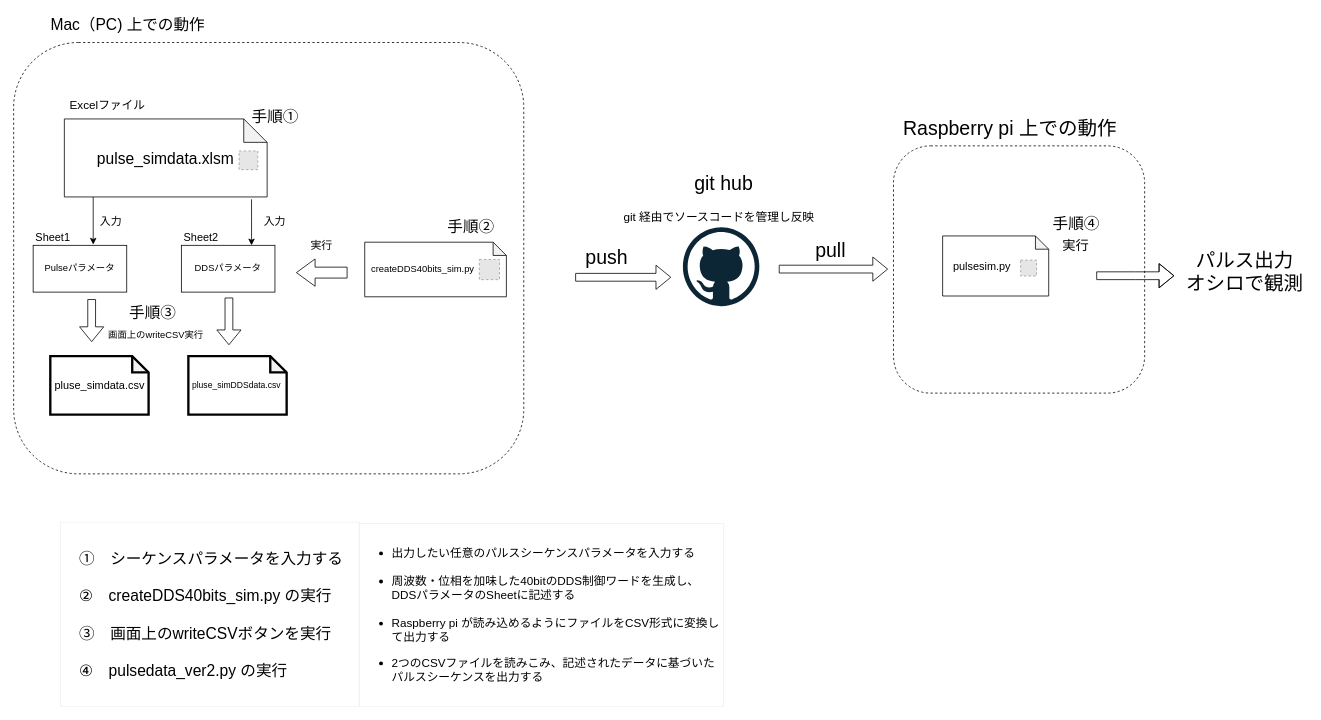
Above: Pulsesimulator/usual/相関図_sim.dio in parupappa/Pine64-python--pulse (draw.io), before the change. Source tidied: cells renumbered, new cells numbered last; positions are measured from the earlier drawing's top-left corner, leaving out a move shared by most shapes. Both pictures are drawn from the tidied source at 78%, with x=0, y=0 at pixel (13, 13). Pictures stored in the file or linked from it are replaced by grey dashed boxes.
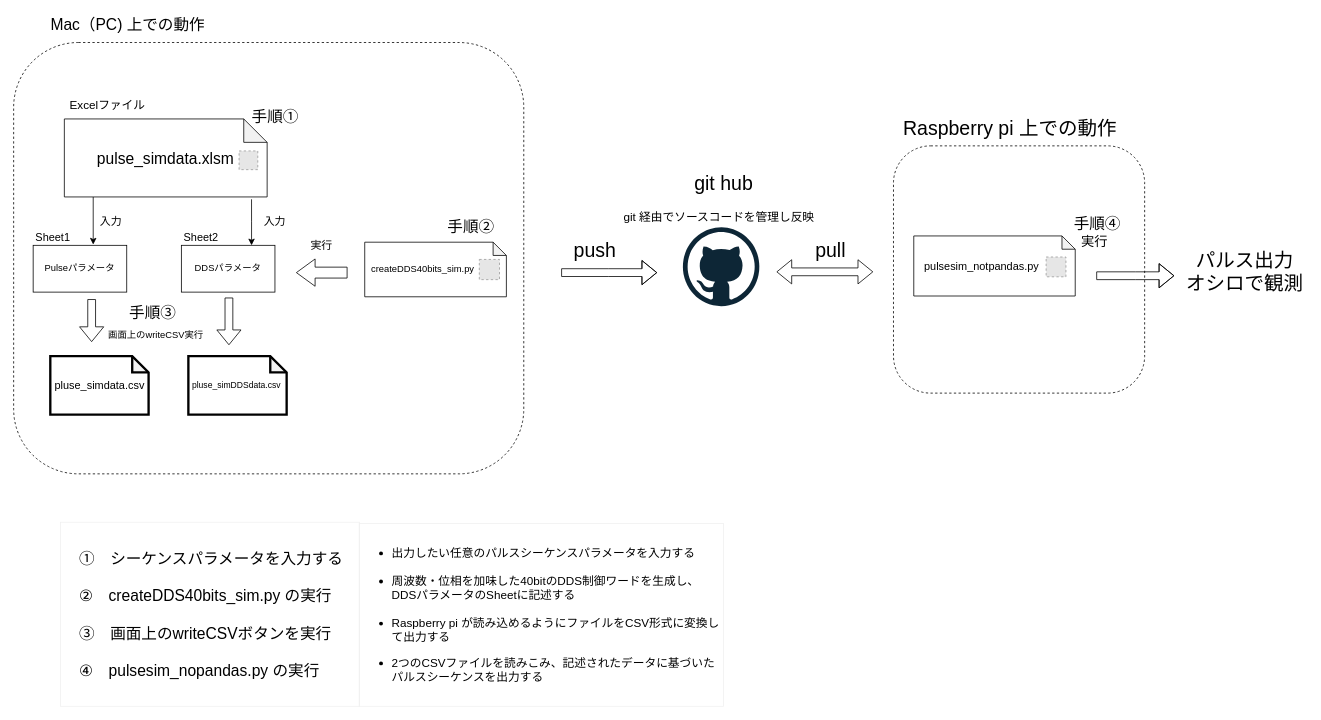
Above is the later version.

Unchanged cells that the change refers to:
```xml
<mxCell id="5" style="group;" parent="1" vertex="1">
  <mxGeometry x="60" y="652" width="850" height="236" as="geometry" />
</mxCell>
<mxCell id="48" style="group;" parent="1" vertex="1">
  <mxGeometry x="1167" y="254" width="249" height="108" as="geometry" />
</mxCell>
```

What changed in the source:
```diff
@@
-    <mxCell id="3" style="shape=flexArrow;endArrow=classic;html=1;fontSize=12;" parent="1" edge="1">
-      <mxGeometry relative="1" as="geometry">
-        <mxPoint x="981" y="327.5" as="sourcePoint" />
-        <mxPoint x="1121" y="327.5" as="targetPoint" />
-      </mxGeometry>
-    </mxCell>
@@
-    <mxCell id="6" value="&lt;font style=&quot;font-size: 20px&quot;&gt;&amp;nbsp; &amp;nbsp; ①　シーケンスパラメータを入力する&lt;br&gt;&lt;br&gt;&amp;nbsp; &amp;nbsp; ②　createDDS40bits_sim.py の実行&lt;br&gt;&lt;br&gt;&amp;nbsp; &amp;nbsp; ③　画面上のwriteCSVボタンを実行&lt;br&gt;&lt;br&gt;&amp;nbsp; &amp;nbsp; ④　pulsedata_ver2.py の実行&lt;/font&gt;" style="text;html=1;fillColor=none;align=left;verticalAlign=middle;whiteSpace=wrap;rounded=0;fontSize=14;strokeColor=#f0f0f0;" parent="5" vertex="1">
+    <mxCell id="6" value="&lt;font style=&quot;font-size: 20px&quot;&gt;&amp;nbsp; &amp;nbsp; ①　シーケンスパラメータを入力する&lt;br&gt;&lt;br&gt;&amp;nbsp; &amp;nbsp; ②　createDDS40bits_sim.py の実行&lt;br&gt;&lt;br&gt;&amp;nbsp; &amp;nbsp; ③　画面上のwriteCSVボタンを実行&lt;br&gt;&lt;br&gt;&amp;nbsp; &amp;nbsp; ④　pulsesim_nopandas.py の実行&lt;/font&gt;" style="text;html=1;fillColor=none;align=left;verticalAlign=middle;whiteSpace=wrap;rounded=0;fontSize=14;strokeColor=#f0f0f0;" parent="5" vertex="1">
       <mxGeometry width="383.5" height="236" as="geometry" />
     </mxCell>
@@
     <mxCell id="43" style="shape=flexArrow;endArrow=classic;html=1;fontSize=12;" parent="1" edge="1">
       <mxGeometry relative="1" as="geometry">
-        <mxPoint x="720" y="338" as="sourcePoint" />
-        <mxPoint x="843" y="338" as="targetPoint" />
+        <mxPoint x="702" y="332" as="sourcePoint" />
+        <mxPoint x="825" y="332" as="targetPoint" />
+        <Array as="points">
+          <mxPoint x="763" y="332" />
+        </Array>
       </mxGeometry>
     </mxCell>
@@
     <mxCell id="46" value="push" style="text;html=1;align=center;verticalAlign=middle;fontSize=25;" parent="1" vertex="1">
-      <mxGeometry x="728" y="295" width="64" height="34" as="geometry" />
+      <mxGeometry x="713" y="285.5" width="64" height="34" as="geometry" />
     </mxCell>
@@
     <mxCell id="49" style="group;" parent="48" vertex="1">
-      <mxGeometry y="38" width="160" height="70" as="geometry" />
+      <mxGeometry x="-13" y="38" width="207" height="70" as="geometry" />
     </mxCell>
     <mxCell id="50" style="group;" parent="49" vertex="1">
-      <mxGeometry y="-20" width="160" height="90" as="geometry" />
+      <mxGeometry y="-20" width="207" height="90" as="geometry" />
     </mxCell>
-    <mxCell id="51" value="&lt;div&gt;&lt;span&gt;&lt;font style=&quot;font-size: 14px&quot;&gt;&amp;nbsp; &amp;nbsp;pulsesim.py&lt;/font&gt;&lt;/span&gt;&lt;/div&gt;" style="shape=note;whiteSpace=wrap;html=1;backgroundOutline=1;darkOpacity=0.05;size=17;align=left;" parent="50" vertex="1">
-      <mxGeometry x="24" y="13" width="136" height="77" as="geometry" />
+    <mxCell id="51" value="&lt;div&gt;&lt;span&gt;&lt;font style=&quot;font-size: 14px&quot;&gt;&amp;nbsp; &amp;nbsp;pulsesim_notpandas.py&lt;/font&gt;&lt;/span&gt;&lt;/div&gt;" style="shape=note;whiteSpace=wrap;html=1;backgroundOutline=1;darkOpacity=0.05;size=17;align=left;" parent="50" vertex="1">
+      <mxGeometry y="13" width="207" height="77" as="geometry" />
     </mxCell>
     <mxCell id="52" style="fillColor=#E6E6E6;strokeColor=#999999;dashed=1;verticalLabelPosition=bottom;verticalAlign=top;" parent="50" vertex="1">
-      <mxGeometry x="124" y="44" width="20.4" height="20.4" as="geometry" />
+      <mxGeometry x="169.7" y="40" width="25.4" height="25.4" as="geometry" />
     </mxCell>
     <mxCell id="53" value="手順④" style="text;html=1;align=center;verticalAlign=middle;fontSize=20;strokeWidth=4;" parent="48" vertex="1">
-      <mxGeometry x="160" width="70" height="28" as="geometry" />
+      <mxGeometry x="187" width="70" height="28" as="geometry" />
     </mxCell>
     <mxCell id="54" value="&lt;font style=&quot;font-size: 17px&quot;&gt;実行&lt;/font&gt;" style="text;html=1;strokeColor=none;fillColor=none;align=center;verticalAlign=middle;whiteSpace=wrap;rounded=0;fontSize=25;" parent="48" vertex="1">
-      <mxGeometry x="141" y="30" width="108" height="20" as="geometry" />
+      <mxGeometry x="165" y="25" width="108" height="20" as="geometry" />
     </mxCell>
@@
+    <mxCell id="57" style="shape=flexArrow;endArrow=classic;startArrow=classic;html=1;" parent="1" edge="1">
+      <mxGeometry relative="1" as="geometry">
+        <mxPoint x="978" y="331" as="sourcePoint" />
+        <mxPoint x="1102" y="331" as="targetPoint" />
+      </mxGeometry>
+    </mxCell>
```
